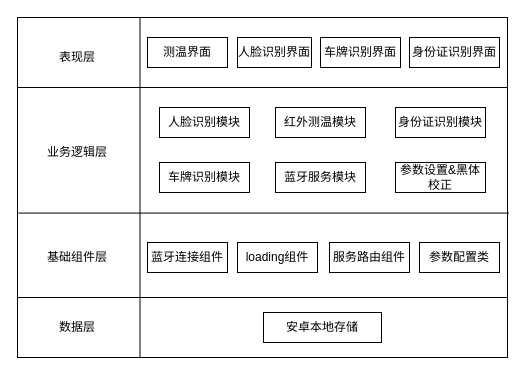
Above: 头盔端软件逻辑视图.drawio in ColonelDarcy2018/excelsior (draw.io), before the change. Source tidied: cells renumbered, new cells numbered last; positions are measured from the earlier drawing's top-left corner, leaving out a move shared by most shapes. Both pictures are drawn from the tidied source at 100%, with x=0, y=0 at pixel (17, 17).
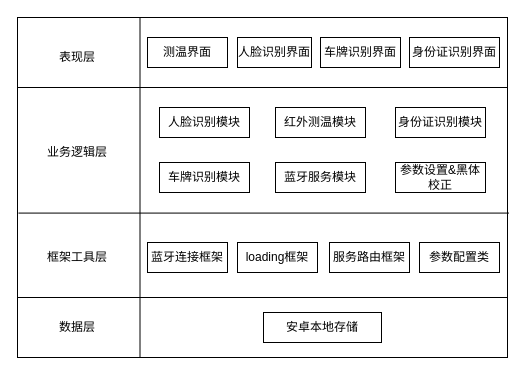
The same diagram, later.

Commit message (it also covers changes not shown here):
Update 头盔端软件逻辑视图.drawio

Change to the diagram source:
```diff
@@
-    <mxCell id="6" value="基础组件层" style="text;html=1;strokeColor=none;fillColor=none;align=center;verticalAlign=middle;whiteSpace=wrap;rounded=0;" parent="1" vertex="1">
+    <mxCell id="6" value="框架工具层" style="text;html=1;strokeColor=none;fillColor=none;align=center;verticalAlign=middle;whiteSpace=wrap;rounded=0;" parent="1" vertex="1">
       <mxGeometry x="20" y="230" width="80" height="20" as="geometry" />
     </mxCell>
@@
-    <mxCell id="20" value="loading组件" style="rounded=0;whiteSpace=wrap;html=1;" parent="1" vertex="1">
+    <mxCell id="20" value="loading框架" style="rounded=0;whiteSpace=wrap;html=1;" parent="1" vertex="1">
       <mxGeometry x="220" y="225" width="80" height="30" as="geometry" />
     </mxCell>
-    <mxCell id="21" value="蓝牙连接组件" style="rounded=0;whiteSpace=wrap;html=1;" parent="1" vertex="1">
+    <mxCell id="21" value="蓝牙连接框架" style="rounded=0;whiteSpace=wrap;html=1;" parent="1" vertex="1">
       <mxGeometry x="130" y="225" width="80" height="30" as="geometry" />
     </mxCell>
@@
-    <mxCell id="28" value="服务路由组件" style="rounded=0;whiteSpace=wrap;html=1;" parent="1" vertex="1">
+    <mxCell id="28" value="服务路由框架" style="rounded=0;whiteSpace=wrap;html=1;" parent="1" vertex="1">
       <mxGeometry x="312" y="225" width="80" height="30" as="geometry" />
     </mxCell>
```
